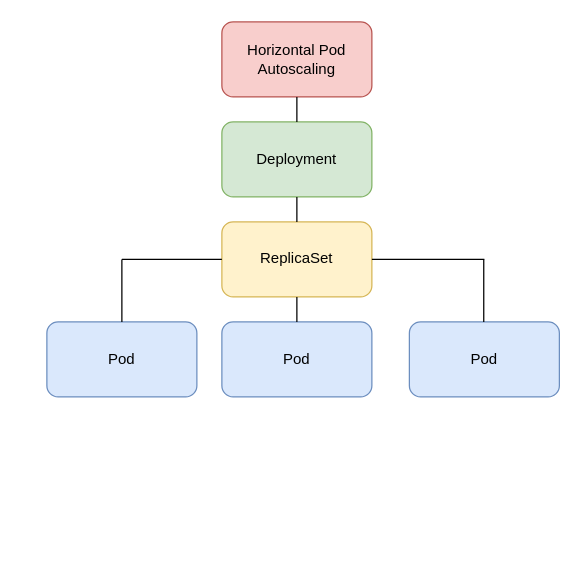
This is Deployment.drawio from balbir97/CKA, a draw.io file, before an edit. Source tidied: cells renumbered, new cells numbered last; positions are measured from the earlier drawing's top-left corner, leaving out a move shared by most shapes. Both pictures are drawn from the tidied source at 125%, with x=0, y=0 at pixel (46, 21).
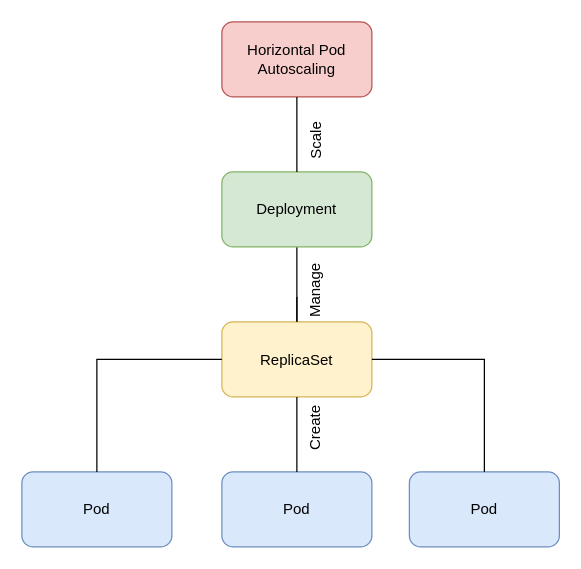
The same page after the edit.

The edit, as a diff of the source:
```diff
@@
     <mxCell id="3" style="rounded=1;whiteSpace=wrap;html=1;fillColor=#dae8fc;strokeColor=#6c8ebf;" parent="1" vertex="1">
-      <mxGeometry x="290" y="240" width="120" height="60" as="geometry" />
+      <mxGeometry x="290" y="360" width="120" height="60" as="geometry" />
     </mxCell>
     <mxCell id="4" style="rounded=1;whiteSpace=wrap;html=1;fillColor=#dae8fc;strokeColor=#6c8ebf;" parent="1" vertex="1">
-      <mxGeometry x="140" y="240" width="120" height="60" as="geometry" />
+      <mxGeometry x="140" y="360" width="120" height="60" as="geometry" />
     </mxCell>
     <mxCell id="5" style="rounded=1;whiteSpace=wrap;html=1;fillColor=#dae8fc;strokeColor=#6c8ebf;" parent="1" vertex="1">
-      <mxGeometry y="240" width="120" height="60" as="geometry" />
+      <mxGeometry x="-20" y="360" width="120" height="60" as="geometry" />
     </mxCell>
+    <mxCell id="21" style="edgeStyle=orthogonalEdgeStyle;rounded=0;jettySize=auto;html=1;" parent="1" edge="1" source="6" target="19">
+      <mxGeometry relative="1" as="geometry" />
+    </mxCell>
     <mxCell id="6" style="rounded=1;whiteSpace=wrap;html=1;fillColor=#fff2cc;strokeColor=#d6b656;" parent="1" vertex="1">
-      <mxGeometry x="140" y="160" width="120" height="60" as="geometry" />
+      <mxGeometry x="140" y="240" width="120" height="60" as="geometry" />
     </mxCell>
+    <mxCell id="22" style="edgeStyle=orthogonalEdgeStyle;rounded=1;jettySize=auto;html=1;curved=0;strokeColor=none;" parent="1" edge="1" source="7" target="6">
+      <mxGeometry relative="1" as="geometry" />
+    </mxCell>
     <mxCell id="7" style="rounded=1;whiteSpace=wrap;html=1;fillColor=#d5e8d4;strokeColor=#82b366;" parent="1" vertex="1">
-      <mxGeometry x="140" y="80" width="120" height="60" as="geometry" />
+      <mxGeometry x="140" y="120" width="120" height="60" as="geometry" />
     </mxCell>
@@
-    <mxCell id="9" style="endArrow=none;html=1;rounded=0;exitX=0.5;exitY=0;exitDx=0;exitDy=0;" parent="1" edge="1" source="6">
-      <mxGeometry relative="1" as="geometry">
-        <mxPoint x="200" y="140" as="targetPoint" />
-      </mxGeometry>
-    </mxCell>
-    <mxCell id="10" style="endArrow=none;html=1;rounded=0;exitX=0.5;exitY=0;exitDx=0;exitDy=0;" parent="1" edge="1" source="4">
+    <mxCell id="10" style="endArrow=none;html=1;rounded=0;" parent="1" edge="1">
       <mxGeometry relative="1" as="geometry">
+        <mxPoint x="200" y="240" as="sourcePoint" />
         <mxPoint x="200" y="220" as="targetPoint" />
       </mxGeometry>
     </mxCell>
-    <mxCell id="11" style="endArrow=none;html=1;rounded=0;entryX=0;entryY=0.5;entryDx=0;entryDy=0;" parent="1" edge="1" target="6">
-      <mxGeometry relative="1" as="geometry">
-        <mxPoint x="60" y="190" as="sourcePoint" />
-      </mxGeometry>
-    </mxCell>
-    <mxCell id="12" style="endArrow=none;html=1;rounded=0;" parent="1" edge="1">
+    <mxCell id="12" style="endArrow=none;html=1;rounded=0;exitX=1;exitY=0.5;exitDx=0;exitDy=0;" parent="1" edge="1" source="6">
       <mxGeometry relative="1" as="geometry">
-        <mxPoint x="260" y="190" as="sourcePoint" />
-        <mxPoint x="350" y="190" as="targetPoint" />
+        <mxPoint x="350" y="360" as="targetPoint" />
+        <Array as="points">
+          <mxPoint x="350" y="270" />
+        </Array>
       </mxGeometry>
     </mxCell>
-    <mxCell id="13" style="endArrow=none;html=1;rounded=0;" parent="1" edge="1">
+    <mxCell id="13" style="endArrow=none;html=1;rounded=0;exitX=0.5;exitY=0;exitDx=0;exitDy=0;" parent="1" edge="1" source="5">
       <mxGeometry relative="1" as="geometry">
-        <mxPoint x="60" y="240" as="sourcePoint" />
-        <mxPoint x="60" y="190" as="targetPoint" />
+        <mxPoint x="140" y="270" as="targetPoint" />
+        <Array as="points">
+          <mxPoint x="40" y="270" />
+        </Array>
       </mxGeometry>
     </mxCell>
     <mxCell id="14" style="endArrow=none;html=1;rounded=0;" parent="1" edge="1">
       <mxGeometry relative="1" as="geometry">
-        <mxPoint x="349.5" y="240" as="sourcePoint" />
-        <mxPoint x="349.5" y="190" as="targetPoint" />
+        <mxPoint x="200" y="360" as="sourcePoint" />
+        <mxPoint x="200" y="300" as="targetPoint" />
       </mxGeometry>
     </mxCell>
     <mxCell id="15" value="Pod" style="text;html=1;align=center;verticalAlign=middle;whiteSpace=wrap;rounded=0;" parent="1" vertex="1">
-      <mxGeometry x="170" y="255" width="60" height="30" as="geometry" />
+      <mxGeometry x="170" y="375" width="60" height="30" as="geometry" />
     </mxCell>
     <mxCell id="16" value="Pod" style="text;html=1;align=center;verticalAlign=middle;whiteSpace=wrap;rounded=0;" parent="1" vertex="1">
-      <mxGeometry x="30" y="255" width="60" height="30" as="geometry" />
+      <mxGeometry x="10" y="375" width="60" height="30" as="geometry" />
     </mxCell>
     <mxCell id="17" value="Pod" style="text;html=1;align=center;verticalAlign=middle;whiteSpace=wrap;rounded=0;" parent="1" vertex="1">
-      <mxGeometry x="320" y="255" width="60" height="30" as="geometry" />
+      <mxGeometry x="320" y="375" width="60" height="30" as="geometry" />
     </mxCell>
     <mxCell id="18" value="ReplicaSet&lt;div&gt;&lt;div&gt;&lt;br&gt;&lt;/div&gt;&lt;/div&gt;" style="text;html=1;align=center;verticalAlign=middle;whiteSpace=wrap;rounded=0;" parent="1" vertex="1">
-      <mxGeometry x="170" y="190" width="60" height="12.5" as="geometry" />
+      <mxGeometry x="170" y="270" width="60" height="16.2" as="geometry" />
     </mxCell>
+    <mxCell id="20" value="Horizontal Pod Autoscaling" style="text;html=1;align=center;verticalAlign=middle;whiteSpace=wrap;rounded=0;" parent="1" vertex="1">
+      <mxGeometry x="155" y="15" width="90" height="30" as="geometry" />
+    </mxCell>
     <mxCell id="19" value="Deployment" style="text;html=1;align=center;verticalAlign=middle;whiteSpace=wrap;rounded=0;" parent="1" vertex="1">
-      <mxGeometry x="170" y="95" width="60" height="30" as="geometry" />
+      <mxGeometry x="170" y="135" width="60" height="30" as="geometry" />
     </mxCell>
-    <mxCell id="20" value="Horizontal Pod Autoscaling" style="text;html=1;align=center;verticalAlign=middle;whiteSpace=wrap;rounded=0;" parent="1" vertex="1">
-      <mxGeometry x="155" y="15" width="90" height="30" as="geometry" />
-    </mxCell>
+    <mxCell id="23" value="Scale" style="text;html=1;align=center;verticalAlign=middle;whiteSpace=wrap;rounded=0;horizontal=0;" parent="1" vertex="1">
+      <mxGeometry x="186" y="80" width="60" height="30" as="geometry" />
+    </mxCell>
+    <mxCell id="24" value="Manage" style="text;html=1;align=center;verticalAlign=middle;whiteSpace=wrap;rounded=0;horizontal=0;" parent="1" vertex="1">
+      <mxGeometry x="185" y="200" width="60" height="30" as="geometry" />
+    </mxCell>
+    <mxCell id="25" value="Create" style="text;html=1;align=center;verticalAlign=middle;whiteSpace=wrap;rounded=0;horizontal=0;" parent="1" vertex="1">
+      <mxGeometry x="185" y="310" width="60" height="30" as="geometry" />
+    </mxCell>
```
